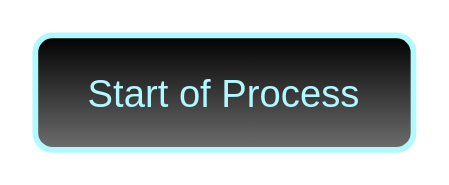
The draw.io diagram Brahma.drawio in catellaTech/Brahma, before the edit. Source tidied: cells renumbered, new cells numbered last; positions are measured from the earlier drawing's top-left corner, leaving out a move shared by most shapes. Both pictures are drawn from the tidied source at 191%, with x=0, y=0 at pixel (34, 34).
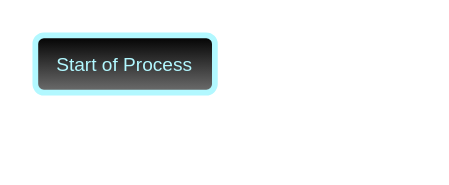
After the change.

The edit, as a diff of the source:
```diff
@@
 <mxGraphModel>
   <root>
     <mxCell id="0" />
     <mxCell id="1" parent="0" />
-    <mxCell id="2" value="&lt;font style=&quot;font-size: 20px;&quot; color=&quot;#b2f8ff&quot;&gt;Start of Process&lt;/font&gt;" style="text;html=1;strokeColor=#B2F8FF;fillColor=#000000;align=center;verticalAlign=middle;whiteSpace=wrap;rounded=1;gradientColor=#6E6E6E;strokeWidth=3;perimeterSpacing=2;shadow=0;dashed=0;fontColor=#FFFFFF;" parent="1" vertex="1">
-      <mxGeometry width="198" height="60" as="geometry" />
+    <mxCell id="2" value="&lt;font style=&quot;font-size: 10px;&quot; color=&quot;#b2f8ff&quot;&gt;Start of Process&lt;/font&gt;" style="text;html=1;strokeColor=#B2F8FF;fillColor=#000000;align=center;verticalAlign=middle;whiteSpace=wrap;rounded=1;gradientColor=#6E6E6E;strokeWidth=3;perimeterSpacing=2;shadow=0;dashed=0;fontColor=#FFFFFF;" parent="1" vertex="1">
+      <mxGeometry width="94" height="30" as="geometry" />
     </mxCell>
   </root>
 </mxGraphModel>
```
